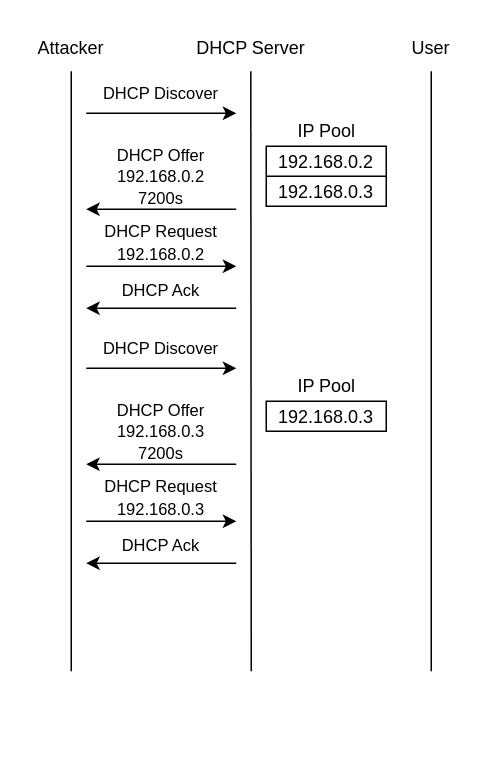
This is NASA-graph/Security/DHCP Starvation.drawio from Vincent550102/NASA-graph, a draw.io file, before an edit. Source tidied: cells renumbered, new cells numbered last; positions are measured from the earlier drawing's top-left corner, leaving out a move shared by most shapes. Both pictures are drawn from the tidied source at 150%, with x=0, y=0 at pixel (26, 26).
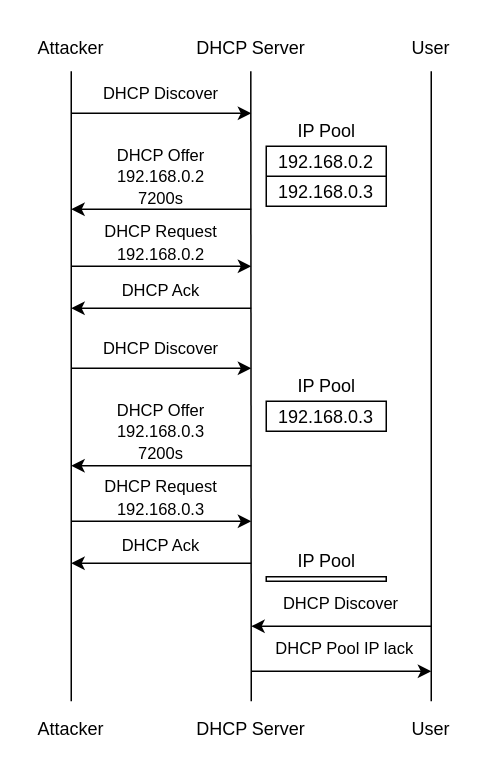
After the change.

Diff of the diagram source:
```diff
@@
     <mxCell id="4" style="endArrow=none;html=1;rounded=0;" parent="1" edge="1">
       <mxGeometry relative="1" as="geometry">
         <mxPoint x="30" y="30" as="sourcePoint" />
-        <mxPoint x="30" y="430" as="targetPoint" />
+        <mxPoint x="30" y="450" as="targetPoint" />
       </mxGeometry>
     </mxCell>
     <mxCell id="5" style="endArrow=none;html=1;rounded=0;" parent="1" edge="1">
       <mxGeometry relative="1" as="geometry">
         <mxPoint x="149.7" y="30" as="sourcePoint" />
-        <mxPoint x="150" y="430" as="targetPoint" />
+        <mxPoint x="150" y="450" as="targetPoint" />
       </mxGeometry>
     </mxCell>
@@
     <mxCell id="11" style="endArrow=classic;html=1;rounded=0;" parent="1" edge="1">
       <mxGeometry relative="1" as="geometry">
-        <mxPoint x="40" y="58" as="sourcePoint" />
-        <mxPoint x="140" y="58" as="targetPoint" />
+        <mxPoint x="30" y="58" as="sourcePoint" />
+        <mxPoint x="150" y="58" as="targetPoint" />
       </mxGeometry>
     </mxCell>
@@
     <mxCell id="13" style="endArrow=classic;html=1;rounded=0;" parent="1" edge="1">
       <mxGeometry relative="1" as="geometry">
-        <mxPoint x="140" y="122" as="sourcePoint" />
-        <mxPoint x="40" y="122" as="targetPoint" />
+        <mxPoint x="150" y="122" as="sourcePoint" />
+        <mxPoint x="30" y="122" as="targetPoint" />
       </mxGeometry>
     </mxCell>
@@
     <mxCell id="15" style="endArrow=classic;html=1;rounded=0;" parent="1" edge="1">
       <mxGeometry relative="1" as="geometry">
-        <mxPoint x="40" y="160" as="sourcePoint" />
-        <mxPoint x="140" y="160" as="targetPoint" />
+        <mxPoint x="30" y="160" as="sourcePoint" />
+        <mxPoint x="150" y="160" as="targetPoint" />
       </mxGeometry>
     </mxCell>
@@
     <mxCell id="17" style="endArrow=classic;html=1;rounded=0;" parent="1" edge="1">
       <mxGeometry relative="1" as="geometry">
-        <mxPoint x="140" y="188" as="sourcePoint" />
-        <mxPoint x="40" y="188" as="targetPoint" />
+        <mxPoint x="150" y="188" as="sourcePoint" />
+        <mxPoint x="30" y="188" as="targetPoint" />
       </mxGeometry>
     </mxCell>
@@
     <mxCell id="22" style="endArrow=classic;html=1;rounded=0;" parent="1" edge="1">
       <mxGeometry relative="1" as="geometry">
-        <mxPoint x="40" y="228" as="sourcePoint" />
-        <mxPoint x="140" y="228" as="targetPoint" />
+        <mxPoint x="30" y="228" as="sourcePoint" />
+        <mxPoint x="150" y="228" as="targetPoint" />
       </mxGeometry>
     </mxCell>
     <mxCell id="23" style="endArrow=classic;html=1;rounded=0;" parent="1" edge="1">
       <mxGeometry relative="1" as="geometry">
-        <mxPoint x="140" y="292" as="sourcePoint" />
-        <mxPoint x="40" y="292" as="targetPoint" />
+        <mxPoint x="150" y="293" as="sourcePoint" />
+        <mxPoint x="30" y="293" as="targetPoint" />
       </mxGeometry>
     </mxCell>
@@
     <mxCell id="25" style="endArrow=classic;html=1;rounded=0;" parent="1" edge="1">
       <mxGeometry relative="1" as="geometry">
-        <mxPoint x="40" y="330" as="sourcePoint" />
-        <mxPoint x="140" y="330" as="targetPoint" />
+        <mxPoint x="30" y="330" as="sourcePoint" />
+        <mxPoint x="150" y="330" as="targetPoint" />
       </mxGeometry>
     </mxCell>
@@
     <mxCell id="27" style="endArrow=classic;html=1;rounded=0;" parent="1" edge="1">
       <mxGeometry relative="1" as="geometry">
-        <mxPoint x="140" y="358" as="sourcePoint" />
-        <mxPoint x="40" y="358" as="targetPoint" />
+        <mxPoint x="150" y="358" as="sourcePoint" />
+        <mxPoint x="30" y="358" as="targetPoint" />
       </mxGeometry>
     </mxCell>
@@
     <mxCell id="30" style="endArrow=none;html=1;rounded=0;" parent="1" edge="1">
       <mxGeometry relative="1" as="geometry">
         <mxPoint x="270" y="30" as="sourcePoint" />
-        <mxPoint x="270" y="430" as="targetPoint" />
+        <mxPoint x="270" y="450" as="targetPoint" />
       </mxGeometry>
     </mxCell>
@@
+    <mxCell id="32" style="rounded=0;whiteSpace=wrap;html=1;" parent="1" vertex="1">
+      <mxGeometry x="160" y="367" width="80" height="3" as="geometry" />
+    </mxCell>
+    <mxCell id="33" value="IP Pool" style="text;html=1;align=center;verticalAlign=middle;strokeColor=none;fillColor=none;" parent="1" vertex="1">
+      <mxGeometry x="175" y="347" width="50" height="20" as="geometry" />
+    </mxCell>
+    <mxCell id="34" style="endArrow=classic;html=1;rounded=0;" parent="1" edge="1">
+      <mxGeometry relative="1" as="geometry">
+        <mxPoint x="270" y="400" as="sourcePoint" />
+        <mxPoint x="150" y="400" as="targetPoint" />
+      </mxGeometry>
+    </mxCell>
+    <mxCell id="35" value="&lt;font style=&quot;font-size: 11px;&quot;&gt;DHCP Discover&lt;/font&gt;" style="text;html=1;strokeColor=none;fillColor=none;align=center;verticalAlign=middle;whiteSpace=wrap;rounded=0;" parent="1" vertex="1">
+      <mxGeometry x="165" y="370" width="90" height="30" as="geometry" />
+    </mxCell>
+    <mxCell id="36" style="endArrow=classic;html=1;rounded=0;" parent="1" edge="1">
+      <mxGeometry relative="1" as="geometry">
+        <mxPoint x="150" y="430" as="sourcePoint" />
+        <mxPoint x="270" y="430" as="targetPoint" />
+      </mxGeometry>
+    </mxCell>
+    <mxCell id="37" value="&lt;font style=&quot;font-size: 11px;&quot;&gt;DHCP Pool IP lack&lt;/font&gt;" style="text;html=1;strokeColor=none;fillColor=none;align=center;verticalAlign=middle;whiteSpace=wrap;rounded=0;" parent="1" vertex="1">
+      <mxGeometry x="160" y="400" width="105" height="30" as="geometry" />
+    </mxCell>
+    <mxCell id="38" value="Attacker" style="text;html=1;strokeColor=none;fillColor=none;align=center;verticalAlign=middle;whiteSpace=wrap;rounded=0;" parent="1" vertex="1">
+      <mxGeometry y="454" width="60" height="30" as="geometry" />
+    </mxCell>
+    <mxCell id="39" value="DHCP Server" style="text;html=1;strokeColor=none;fillColor=none;align=center;verticalAlign=middle;whiteSpace=wrap;rounded=0;" parent="1" vertex="1">
+      <mxGeometry x="110" y="454" width="80" height="30" as="geometry" />
+    </mxCell>
+    <mxCell id="40" value="User" style="text;html=1;strokeColor=none;fillColor=none;align=center;verticalAlign=middle;whiteSpace=wrap;rounded=0;" parent="1" vertex="1">
+      <mxGeometry x="240" y="454" width="60" height="30" as="geometry" />
+    </mxCell>
```
